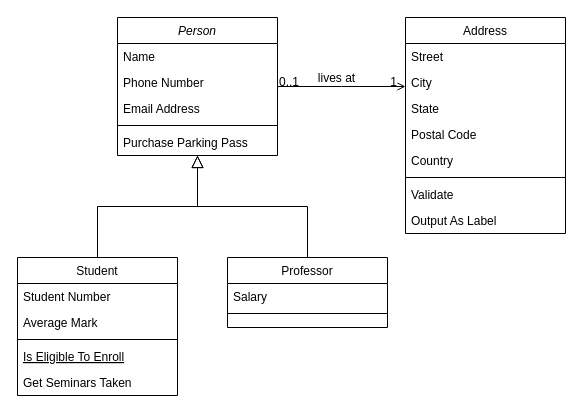
The draw.io diagram Namnlöst diagram.drawio in MFLind/Battleships, before the edit. Source tidied: cells renumbered, new cells numbered last; positions are measured from the earlier drawing's top-left corner, leaving out a move shared by most shapes. Both pictures are drawn from the tidied source at 100%, with x=0, y=0 at pixel (17, 17).
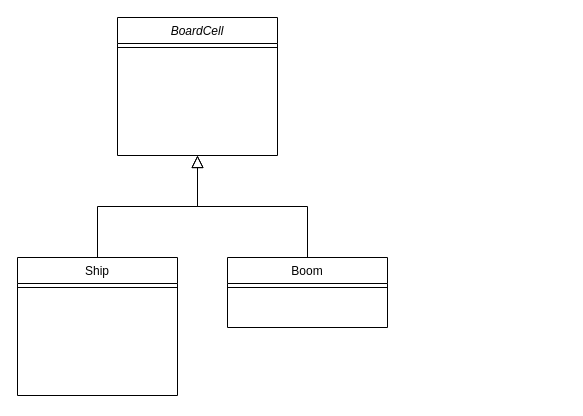
After the change.

Diff of the diagram source:
```diff
@@
-    <mxCell id="2" value="Person" style="swimlane;fontStyle=2;align=center;verticalAlign=top;horizontal=1;startSize=26;rounded=0;shadow=0;strokeWidth=1;" parent="1" vertex="1">
+    <mxCell id="2" value="BoardCell" style="swimlane;fontStyle=2;align=center;verticalAlign=top;horizontal=1;startSize=26;rounded=0;shadow=0;strokeWidth=1;" parent="1" vertex="1">
       <mxGeometry x="100" width="160" height="138" as="geometry" />
     </mxCell>
-    <mxCell id="3" value="Name" style="text;align=left;verticalAlign=top;spacingLeft=4;spacingRight=4;overflow=hidden;" parent="2" vertex="1">
-      <mxGeometry y="26" width="160" height="26" as="geometry" />
-    </mxCell>
-    <mxCell id="4" value="Phone Number" style="text;align=left;verticalAlign=top;spacingLeft=4;spacingRight=4;overflow=hidden;rounded=0;shadow=0;html=0;" parent="2" vertex="1">
-      <mxGeometry y="52" width="160" height="26" as="geometry" />
-    </mxCell>
-    <mxCell id="5" value="Email Address" style="text;align=left;verticalAlign=top;spacingLeft=4;spacingRight=4;overflow=hidden;rounded=0;shadow=0;html=0;" parent="2" vertex="1">
-      <mxGeometry y="78" width="160" height="26" as="geometry" />
-    </mxCell>
     <mxCell id="6" style="line;html=1;strokeWidth=1;align=left;verticalAlign=middle;spacingTop=-1;spacingLeft=3;spacingRight=3;labelPosition=right;" parent="2" vertex="1">
-      <mxGeometry y="104" width="160" height="8" as="geometry" />
+      <mxGeometry y="26" width="160" height="8" as="geometry" />
     </mxCell>
-    <mxCell id="7" value="Purchase Parking Pass" style="text;align=left;verticalAlign=top;spacingLeft=4;spacingRight=4;overflow=hidden;" parent="2" vertex="1">
-      <mxGeometry y="112" width="160" height="26" as="geometry" />
-    </mxCell>
-    <mxCell id="8" value="Student" style="swimlane;fontStyle=0;align=center;verticalAlign=top;horizontal=1;startSize=26;rounded=0;shadow=0;strokeWidth=1;" parent="1" vertex="1">
+    <mxCell id="8" value="Ship" style="swimlane;fontStyle=0;align=center;verticalAlign=top;horizontal=1;startSize=26;rounded=0;shadow=0;strokeWidth=1;" parent="1" vertex="1">
       <mxGeometry y="240" width="160" height="138" as="geometry" />
     </mxCell>
-    <mxCell id="9" value="Student Number" style="text;align=left;verticalAlign=top;spacingLeft=4;spacingRight=4;overflow=hidden;" parent="8" vertex="1">
-      <mxGeometry y="26" width="160" height="26" as="geometry" />
-    </mxCell>
-    <mxCell id="10" value="Average Mark" style="text;align=left;verticalAlign=top;spacingLeft=4;spacingRight=4;overflow=hidden;rounded=0;shadow=0;html=0;" parent="8" vertex="1">
-      <mxGeometry y="52" width="160" height="26" as="geometry" />
-    </mxCell>
     <mxCell id="11" style="line;html=1;strokeWidth=1;align=left;verticalAlign=middle;spacingTop=-1;spacingLeft=3;spacingRight=3;labelPosition=right;" parent="8" vertex="1">
-      <mxGeometry y="78" width="160" height="8" as="geometry" />
+      <mxGeometry y="26" width="160" height="8" as="geometry" />
     </mxCell>
-    <mxCell id="12" value="Is Eligible To Enroll" style="text;align=left;verticalAlign=top;spacingLeft=4;spacingRight=4;overflow=hidden;fontStyle=4;" parent="8" vertex="1">
-      <mxGeometry y="86" width="160" height="26" as="geometry" />
-    </mxCell>
-    <mxCell id="13" value="Get Seminars Taken" style="text;align=left;verticalAlign=top;spacingLeft=4;spacingRight=4;overflow=hidden;" parent="8" vertex="1">
-      <mxGeometry y="112" width="160" height="26" as="geometry" />
-    </mxCell>
@@
-    <mxCell id="15" value="Professor" style="swimlane;fontStyle=0;align=center;verticalAlign=top;horizontal=1;startSize=26;rounded=0;shadow=0;strokeWidth=1;" parent="1" vertex="1">
+    <mxCell id="15" value="Boom" style="swimlane;fontStyle=0;align=center;verticalAlign=top;horizontal=1;startSize=26;rounded=0;shadow=0;strokeWidth=1;" parent="1" vertex="1">
       <mxGeometry x="210" y="240" width="160" height="70" as="geometry" />
     </mxCell>
-    <mxCell id="16" value="Salary" style="text;align=left;verticalAlign=top;spacingLeft=4;spacingRight=4;overflow=hidden;" parent="15" vertex="1">
-      <mxGeometry y="26" width="160" height="26" as="geometry" />
-    </mxCell>
     <mxCell id="17" style="line;html=1;strokeWidth=1;align=left;verticalAlign=middle;spacingTop=-1;spacingLeft=3;spacingRight=3;labelPosition=right;" parent="15" vertex="1">
-      <mxGeometry y="52" width="160" height="8" as="geometry" />
+      <mxGeometry y="26" width="160" height="8" as="geometry" />
     </mxCell>
@@
-    <mxCell id="19" value="Address" style="swimlane;fontStyle=0;align=center;verticalAlign=top;horizontal=1;startSize=26;rounded=0;shadow=0;strokeWidth=1;" parent="1" vertex="1">
-      <mxGeometry x="388" width="160" height="216" as="geometry" />
-    </mxCell>
-    <mxCell id="20" value="Street" style="text;align=left;verticalAlign=top;spacingLeft=4;spacingRight=4;overflow=hidden;" parent="19" vertex="1">
-      <mxGeometry y="26" width="160" height="26" as="geometry" />
-    </mxCell>
-    <mxCell id="21" value="City" style="text;align=left;verticalAlign=top;spacingLeft=4;spacingRight=4;overflow=hidden;rounded=0;shadow=0;html=0;" parent="19" vertex="1">
-      <mxGeometry y="52" width="160" height="26" as="geometry" />
-    </mxCell>
-    <mxCell id="22" value="State" style="text;align=left;verticalAlign=top;spacingLeft=4;spacingRight=4;overflow=hidden;rounded=0;shadow=0;html=0;" parent="19" vertex="1">
-      <mxGeometry y="78" width="160" height="26" as="geometry" />
-    </mxCell>
-    <mxCell id="23" value="Postal Code" style="text;align=left;verticalAlign=top;spacingLeft=4;spacingRight=4;overflow=hidden;rounded=0;shadow=0;html=0;" parent="19" vertex="1">
-      <mxGeometry y="104" width="160" height="26" as="geometry" />
-    </mxCell>
-    <mxCell id="24" value="Country" style="text;align=left;verticalAlign=top;spacingLeft=4;spacingRight=4;overflow=hidden;rounded=0;shadow=0;html=0;" parent="19" vertex="1">
-      <mxGeometry y="130" width="160" height="26" as="geometry" />
-    </mxCell>
-    <mxCell id="25" style="line;html=1;strokeWidth=1;align=left;verticalAlign=middle;spacingTop=-1;spacingLeft=3;spacingRight=3;labelPosition=right;" parent="19" vertex="1">
-      <mxGeometry y="156" width="160" height="8" as="geometry" />
-    </mxCell>
-    <mxCell id="26" value="Validate" style="text;align=left;verticalAlign=top;spacingLeft=4;spacingRight=4;overflow=hidden;" parent="19" vertex="1">
-      <mxGeometry y="164" width="160" height="26" as="geometry" />
-    </mxCell>
-    <mxCell id="27" value="Output As Label" style="text;align=left;verticalAlign=top;spacingLeft=4;spacingRight=4;overflow=hidden;" parent="19" vertex="1">
-      <mxGeometry y="190" width="160" height="26" as="geometry" />
-    </mxCell>
-    <mxCell id="28" style="endArrow=open;shadow=0;strokeWidth=1;rounded=0;endFill=1;edgeStyle=elbowEdgeStyle;elbow=vertical;" parent="1" edge="1" source="2" target="19">
-      <mxGeometry x="0.5" y="41" relative="1" as="geometry">
-        <mxPoint x="-40" y="32" as="offset" />
-      </mxGeometry>
-    </mxCell>
-    <mxCell id="29" value="0..1" style="align=left;verticalAlign=bottom;labelBackgroundColor=none;fontSize=12;" parent="28" vertex="1">
-      <mxGeometry x="-1" relative="1" as="geometry">
-        <mxPoint y="4" as="offset" />
-      </mxGeometry>
-    </mxCell>
-    <mxCell id="30" value="1" style="align=right;verticalAlign=bottom;labelBackgroundColor=none;fontSize=12;" parent="28" vertex="1">
-      <mxGeometry x="1" relative="1" as="geometry">
-        <mxPoint x="-7" y="4" as="offset" />
-      </mxGeometry>
-    </mxCell>
-    <mxCell id="31" value="lives at" style="text;html=1;align=center;verticalAlign=middle;labelBackgroundColor=none;rounded=0;shadow=0;strokeWidth=1;fontSize=12;" parent="28" vertex="1">
-      <mxGeometry x="0.5" y="49" relative="1" as="geometry">
-        <mxPoint x="-38" y="40" as="offset" />
-      </mxGeometry>
-    </mxCell>
```
